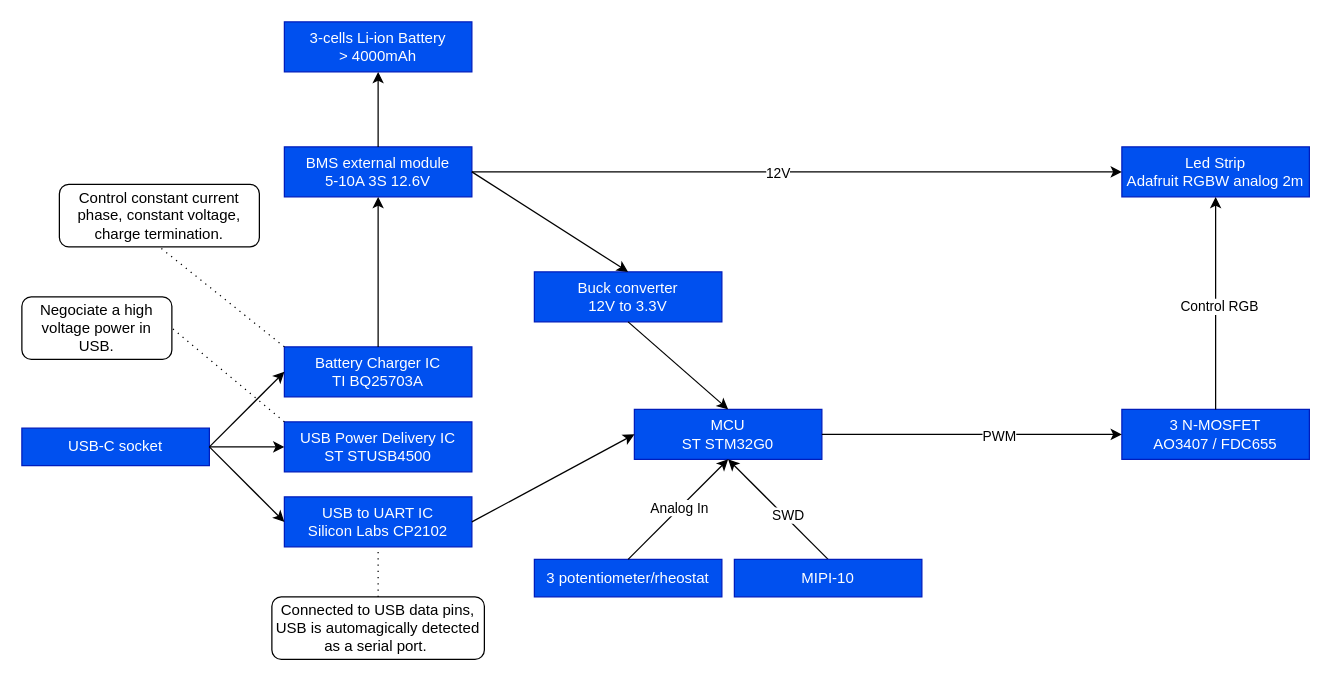
Above: hardware/hardware_architecture_design.drawio in leonmariotto/ledstrip (draw.io), before the change. Source tidied: cells renumbered, new cells numbered last; positions are measured from the earlier drawing's top-left corner, leaving out a move shared by most shapes. Both pictures are drawn from the tidied source at 125%, with x=0, y=0 at pixel (21, 21).
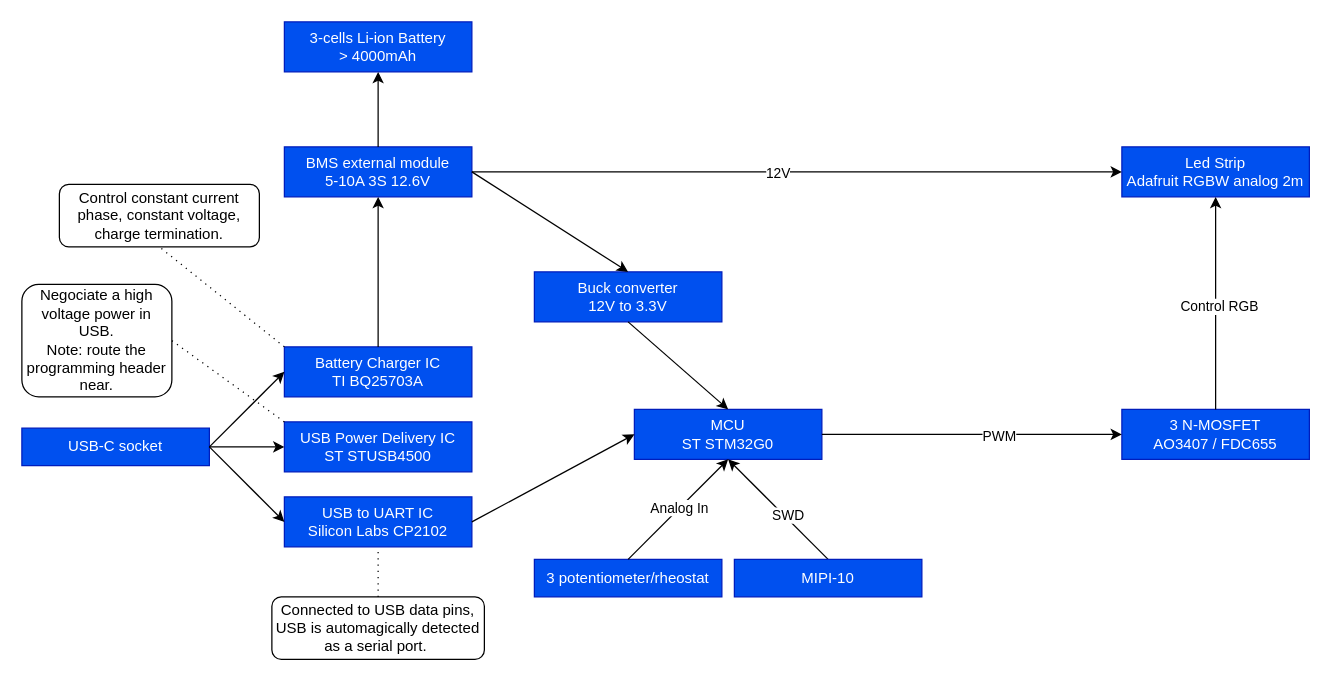
Above is the later version.

Commit message (it also covers changes not shown here):
Minor improvements, add I2C header for STUSB4500

Diff of the diagram source:
```diff
@@
-    <mxCell id="7" value="Negociate a high voltage power in USB." style="rounded=1;whiteSpace=wrap;html=1;" parent="1" vertex="1">
-      <mxGeometry y="220" width="120" height="50" as="geometry" />
+    <mxCell id="7" value="Negociate a high voltage power in USB.&lt;div&gt;Note: route the programming header near.&lt;/div&gt;" style="rounded=1;whiteSpace=wrap;html=1;" parent="1" vertex="1">
+      <mxGeometry y="210" width="120" height="90" as="geometry" />
     </mxCell>
```
